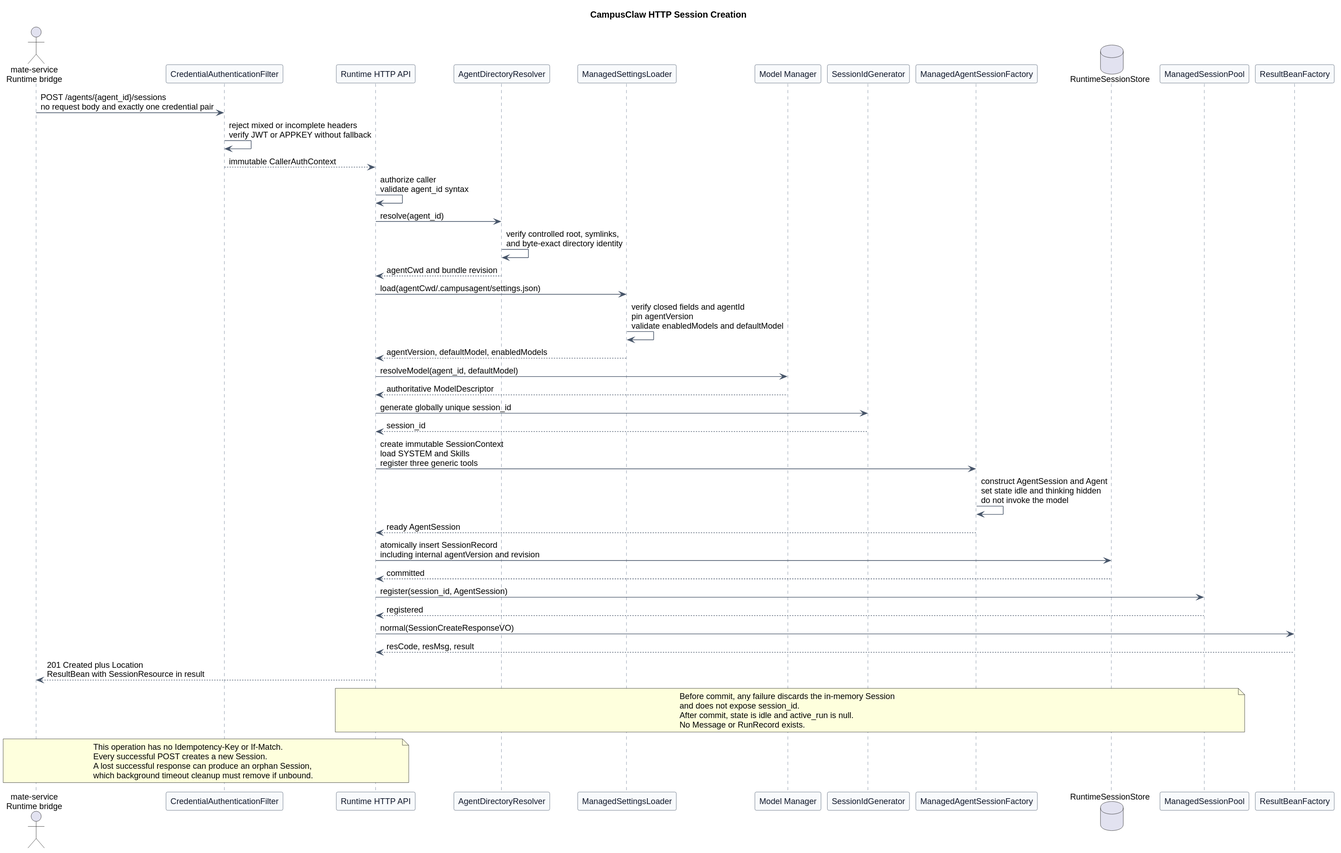
ssm0808/pi-mono-java-design keeps this PlantUML diagram as pi-mono-java-manager-driven-multi-agent-runtime/http_session_creation.svg. Above is the earlier version.
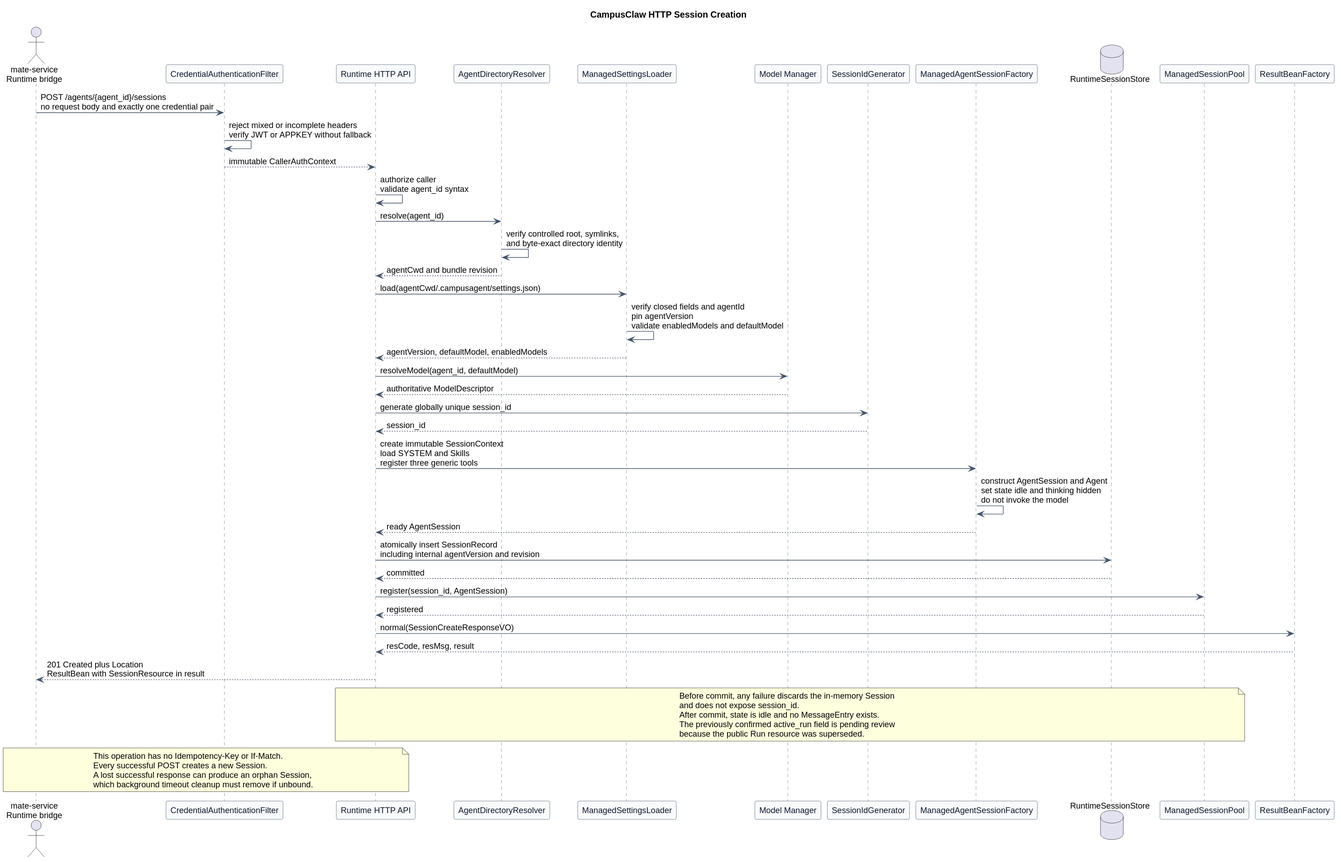
After the commit.

Change to the diagram source:
```diff
@@ -59,8 +59,9 @@
 note over API,Pool
 Before commit, any failure discards the in-memory Session
 and does not expose session_id.
-After commit, state is idle and active_run is null.
-No Message or RunRecord exists.
+After commit, state is idle and no MessageEntry exists.
+The previously confirmed active_run field is pending review
+because the public Run resource was superseded.
 end note
 
 note over Mate,API
```
